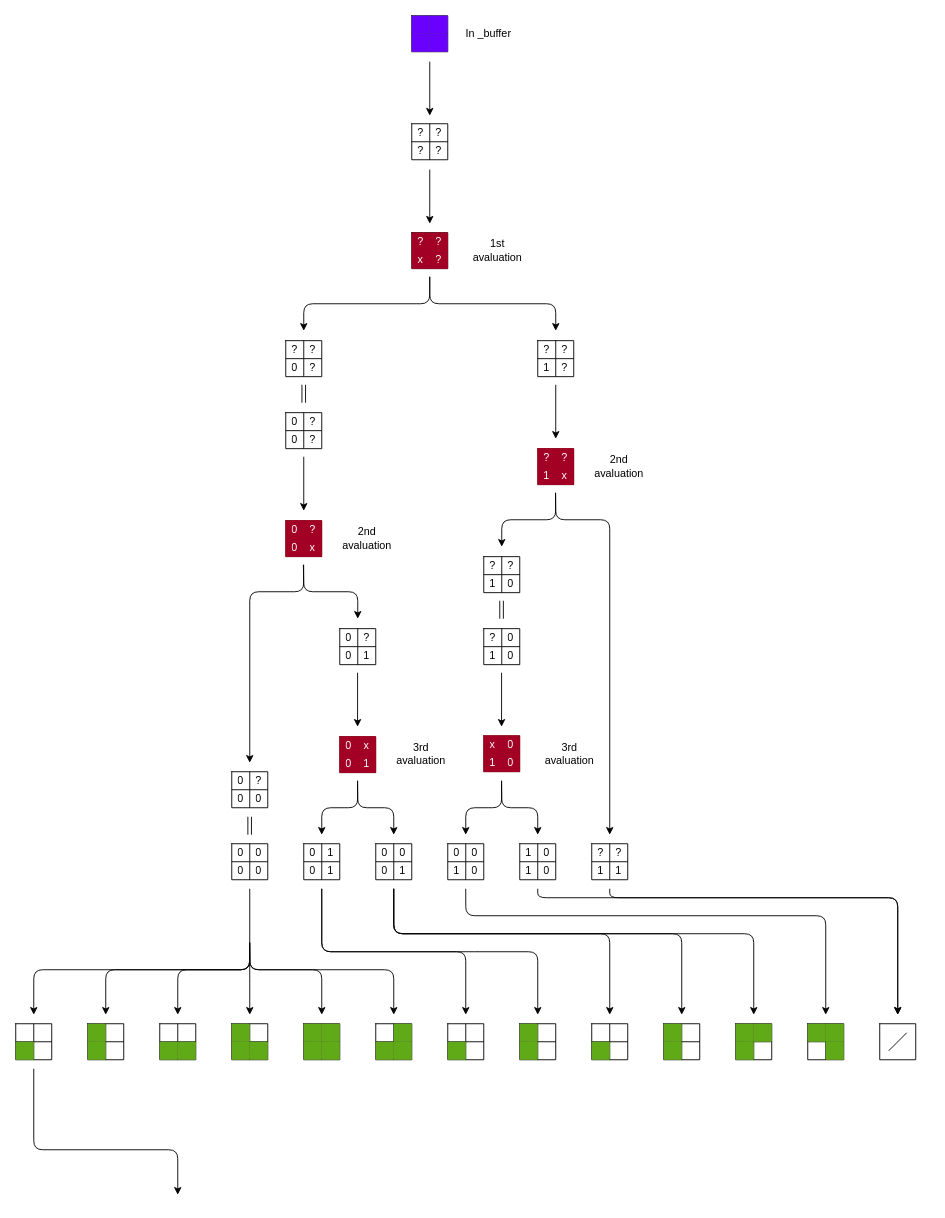
Before: page "Page-1" (1 of 2) of temporary/.drawio in IJJA3141/Wallpaper-Pixel-Koi, a draw.io diagram. Source tidied: cells renumbered, new cells numbered last; positions are measured from the earlier drawing's top-left corner, leaving out a move shared by most shapes. Both pictures are drawn from the tidied source at 90%, with x=0, y=0 at pixel (15, 15).
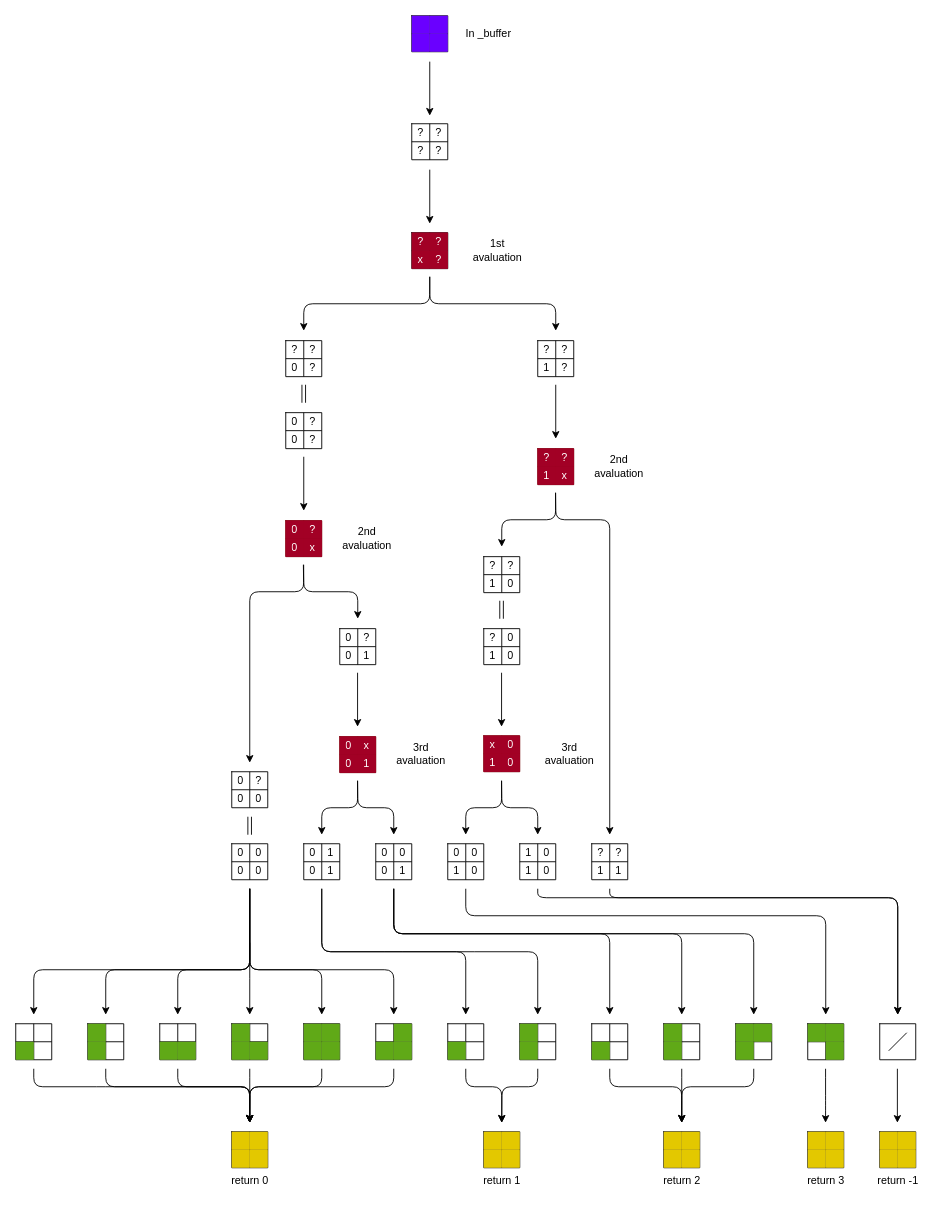
Above is the later version.

What changed in the source:
```diff
@@
     <mxCell id="237" style="edgeStyle=none;html=1;strokeWidth=1;shadow=0;" parent="1" edge="1">
       <mxGeometry relative="1" as="geometry">
-        <mxPoint x="259.8" y="1030" as="sourcePoint" />
+        <mxPoint x="260" y="970" as="sourcePoint" />
         <mxPoint x="20" y="1110" as="targetPoint" />
         <Array as="points">
           <mxPoint x="260" y="1060" />
           <mxPoint x="20" y="1060" />
         </Array>
       </mxGeometry>
     </mxCell>
     <mxCell id="238" style="edgeStyle=none;html=1;strokeWidth=1;shadow=0;" parent="1" edge="1">
       <mxGeometry relative="1" as="geometry">
-        <mxPoint x="259.8" y="1030" as="sourcePoint" />
+        <mxPoint x="260" y="970" as="sourcePoint" />
         <mxPoint x="100" y="1110" as="targetPoint" />
         <Array as="points">
           <mxPoint x="260" y="1060" />
           <mxPoint x="100" y="1060" />
         </Array>
       </mxGeometry>
     </mxCell>
     <mxCell id="239" style="edgeStyle=none;html=1;strokeWidth=1;shadow=0;" parent="1" edge="1">
       <mxGeometry relative="1" as="geometry">
-        <mxPoint x="259.8" y="1030" as="sourcePoint" />
+        <mxPoint x="260" y="970" as="sourcePoint" />
         <mxPoint x="180" y="1110" as="targetPoint" />
         <Array as="points">
           <mxPoint x="260" y="1060" />
           <mxPoint x="180" y="1060" />
         </Array>
       </mxGeometry>
     </mxCell>
     <mxCell id="240" style="edgeStyle=none;html=1;strokeWidth=1;shadow=0;" parent="1" edge="1">
       <mxGeometry relative="1" as="geometry">
-        <mxPoint x="259.8" y="1030" as="sourcePoint" />
+        <mxPoint x="260" y="970" as="sourcePoint" />
         <mxPoint x="260" y="1110" as="targetPoint" />
         <Array as="points">
           <mxPoint x="260" y="1060" />
         </Array>
       </mxGeometry>
     </mxCell>
@@
     <mxCell id="269" style="edgeStyle=none;html=1;strokeWidth=1;shadow=0;" parent="1" edge="1">
       <mxGeometry relative="1" as="geometry">
         <mxPoint x="20" y="1170" as="sourcePoint" />
-        <mxPoint x="180" y="1310" as="targetPoint" />
+        <mxPoint x="260" y="1230" as="targetPoint" />
         <Array as="points">
-          <mxPoint x="20" y="1260" />
-          <mxPoint x="180" y="1260" />
+          <mxPoint x="20" y="1190" />
+          <mxPoint x="100" y="1190" />
+          <mxPoint x="260" y="1190" />
         </Array>
       </mxGeometry>
     </mxCell>
+    <mxCell id="270" style="edgeStyle=none;html=1;strokeWidth=1;shadow=0;" parent="1" edge="1">
+      <mxGeometry relative="1" as="geometry">
+        <mxPoint x="100" y="1170" as="sourcePoint" />
+        <mxPoint x="260" y="1230" as="targetPoint" />
+        <Array as="points">
+          <mxPoint x="100" y="1190" />
+          <mxPoint x="260" y="1190" />
+        </Array>
+      </mxGeometry>
+    </mxCell>
+    <mxCell id="271" style="edgeStyle=none;html=1;strokeWidth=1;shadow=0;" parent="1" edge="1">
+      <mxGeometry relative="1" as="geometry">
+        <mxPoint x="180" y="1170" as="sourcePoint" />
+        <mxPoint x="260" y="1230" as="targetPoint" />
+        <Array as="points">
+          <mxPoint x="180" y="1190" />
+          <mxPoint x="260" y="1190" />
+        </Array>
+      </mxGeometry>
+    </mxCell>
+    <mxCell id="272" style="edgeStyle=none;html=1;strokeWidth=1;shadow=0;" parent="1" edge="1">
+      <mxGeometry relative="1" as="geometry">
+        <mxPoint x="260" y="1170" as="sourcePoint" />
+        <mxPoint x="260" y="1230" as="targetPoint" />
+        <Array as="points">
+          <mxPoint x="260" y="1190" />
+        </Array>
+      </mxGeometry>
+    </mxCell>
+    <mxCell id="273" style="edgeStyle=none;html=1;strokeWidth=1;shadow=0;" parent="1" edge="1">
+      <mxGeometry relative="1" as="geometry">
+        <mxPoint x="340" y="1170" as="sourcePoint" />
+        <mxPoint x="259.8" y="1230" as="targetPoint" />
+        <Array as="points">
+          <mxPoint x="340" y="1190" />
+          <mxPoint x="260" y="1190" />
+        </Array>
+      </mxGeometry>
+    </mxCell>
+    <mxCell id="274" style="edgeStyle=none;html=1;strokeWidth=1;shadow=0;" parent="1" edge="1">
+      <mxGeometry relative="1" as="geometry">
+        <mxPoint x="420" y="1170" as="sourcePoint" />
+        <mxPoint x="259.8" y="1230" as="targetPoint" />
+        <Array as="points">
+          <mxPoint x="420" y="1190" />
+          <mxPoint x="260" y="1190" />
+        </Array>
+      </mxGeometry>
+    </mxCell>
+    <mxCell id="275" style="edgeStyle=none;html=1;strokeWidth=1;shadow=0;" parent="1" edge="1">
+      <mxGeometry relative="1" as="geometry">
+        <mxPoint x="660" y="1170" as="sourcePoint" />
+        <mxPoint x="740" y="1230" as="targetPoint" />
+        <Array as="points">
+          <mxPoint x="660" y="1190" />
+          <mxPoint x="740" y="1190" />
+        </Array>
+      </mxGeometry>
+    </mxCell>
+    <mxCell id="276" style="edgeStyle=none;html=1;strokeWidth=1;shadow=0;" parent="1" edge="1">
+      <mxGeometry relative="1" as="geometry">
+        <mxPoint x="740" y="1170" as="sourcePoint" />
+        <mxPoint x="740" y="1230" as="targetPoint" />
+        <Array as="points">
+          <mxPoint x="740" y="1190" />
+          <mxPoint x="740" y="1210" />
+        </Array>
+      </mxGeometry>
+    </mxCell>
+    <mxCell id="277" style="edgeStyle=none;html=1;strokeWidth=1;shadow=0;" parent="1" edge="1">
+      <mxGeometry relative="1" as="geometry">
+        <mxPoint x="820" y="1170" as="sourcePoint" />
+        <mxPoint x="740" y="1230" as="targetPoint" />
+        <Array as="points">
+          <mxPoint x="820" y="1190" />
+          <mxPoint x="740" y="1190" />
+        </Array>
+      </mxGeometry>
+    </mxCell>
+    <mxCell id="278" style="edgeStyle=none;html=1;strokeWidth=1;shadow=0;" parent="1" edge="1">
+      <mxGeometry relative="1" as="geometry">
+        <mxPoint x="979.6" y="1170" as="sourcePoint" />
+        <mxPoint x="979.6" y="1230" as="targetPoint" />
+      </mxGeometry>
+    </mxCell>
+    <mxCell id="279" style="shape=table;startSize=0;childLayout=tableLayout;" parent="1" vertex="1">
+      <mxGeometry x="240" y="1240" width="40" height="40" as="geometry" />
+    </mxCell>
+    <mxCell id="280" style="shape=tableRow;horizontal=0;startSize=0;swimlaneHead=0;swimlaneBody=0;top=0;left=0;bottom=0;right=0;fillColor=none;" parent="279" vertex="1">
+      <mxGeometry width="40" height="20" as="geometry" />
+    </mxCell>
+    <mxCell id="281" style="shape=partialRectangle;html=1;whiteSpace=wrap;overflow=hidden;fillColor=#e3c800;top=0;left=0;bottom=0;right=0;fontColor=#000000;strokeColor=#B09500;" parent="280" vertex="1">
+      <mxGeometry width="20" height="20" as="geometry" />
+    </mxCell>
+    <mxCell id="282" style="shape=partialRectangle;html=1;whiteSpace=wrap;overflow=hidden;fillColor=#e3c800;top=0;left=0;bottom=0;right=0;fontColor=#000000;strokeColor=#B09500;" parent="280" vertex="1">
+      <mxGeometry x="20" width="20" height="20" as="geometry" />
+    </mxCell>
+    <mxCell id="283" style="shape=tableRow;horizontal=0;startSize=0;swimlaneHead=0;swimlaneBody=0;top=0;left=0;bottom=0;right=0;fillColor=none;" parent="279" vertex="1">
+      <mxGeometry y="20" width="40" height="20" as="geometry" />
+    </mxCell>
+    <mxCell id="284" style="shape=partialRectangle;html=1;whiteSpace=wrap;overflow=hidden;fillColor=#e3c800;top=0;left=0;bottom=0;right=0;fontColor=#000000;strokeColor=#B09500;" parent="283" vertex="1">
+      <mxGeometry width="20" height="20" as="geometry" />
+    </mxCell>
+    <mxCell id="285" style="shape=partialRectangle;html=1;whiteSpace=wrap;overflow=hidden;fillColor=#e3c800;top=0;left=0;bottom=0;right=0;fontColor=#000000;strokeColor=#B09500;" parent="283" vertex="1">
+      <mxGeometry x="20" width="20" height="20" as="geometry" />
+    </mxCell>
+    <mxCell id="286" style="shape=table;startSize=0;childLayout=tableLayout;" parent="1" vertex="1">
+      <mxGeometry x="720" y="1240" width="40" height="40" as="geometry" />
+    </mxCell>
+    <mxCell id="287" style="shape=tableRow;horizontal=0;startSize=0;swimlaneHead=0;swimlaneBody=0;top=0;left=0;bottom=0;right=0;fillColor=none;" parent="286" vertex="1">
+      <mxGeometry width="40" height="20" as="geometry" />
+    </mxCell>
+    <mxCell id="288" style="shape=partialRectangle;html=1;whiteSpace=wrap;overflow=hidden;fillColor=#e3c800;top=0;left=0;bottom=0;right=0;fontColor=#000000;strokeColor=#B09500;" parent="287" vertex="1">
+      <mxGeometry width="20" height="20" as="geometry" />
+    </mxCell>
+    <mxCell id="289" style="shape=partialRectangle;html=1;whiteSpace=wrap;overflow=hidden;fillColor=#e3c800;top=0;left=0;bottom=0;right=0;fontColor=#000000;strokeColor=#B09500;" parent="287" vertex="1">
+      <mxGeometry x="20" width="20" height="20" as="geometry" />
+    </mxCell>
+    <mxCell id="290" style="shape=tableRow;horizontal=0;startSize=0;swimlaneHead=0;swimlaneBody=0;top=0;left=0;bottom=0;right=0;fillColor=none;" parent="286" vertex="1">
+      <mxGeometry y="20" width="40" height="20" as="geometry" />
+    </mxCell>
+    <mxCell id="291" style="shape=partialRectangle;html=1;whiteSpace=wrap;overflow=hidden;fillColor=#e3c800;top=0;left=0;bottom=0;right=0;fontColor=#000000;strokeColor=#B09500;" parent="290" vertex="1">
+      <mxGeometry width="20" height="20" as="geometry" />
+    </mxCell>
+    <mxCell id="292" style="shape=partialRectangle;html=1;whiteSpace=wrap;overflow=hidden;fillColor=#e3c800;top=0;left=0;bottom=0;right=0;fontColor=#000000;strokeColor=#B09500;" parent="290" vertex="1">
+      <mxGeometry x="20" width="20" height="20" as="geometry" />
+    </mxCell>
+    <mxCell id="293" style="shape=table;startSize=0;childLayout=tableLayout;" parent="1" vertex="1">
+      <mxGeometry x="960" y="1240" width="40" height="40" as="geometry" />
+    </mxCell>
+    <mxCell id="294" style="shape=tableRow;horizontal=0;startSize=0;swimlaneHead=0;swimlaneBody=0;top=0;left=0;bottom=0;right=0;fillColor=none;" parent="293" vertex="1">
+      <mxGeometry width="40" height="20" as="geometry" />
+    </mxCell>
+    <mxCell id="295" style="shape=partialRectangle;html=1;whiteSpace=wrap;overflow=hidden;fillColor=#e3c800;top=0;left=0;bottom=0;right=0;fontColor=#000000;strokeColor=#B09500;" parent="294" vertex="1">
+      <mxGeometry width="20" height="20" as="geometry" />
+    </mxCell>
+    <mxCell id="296" style="shape=partialRectangle;html=1;whiteSpace=wrap;overflow=hidden;fillColor=#e3c800;top=0;left=0;bottom=0;right=0;fontColor=#000000;strokeColor=#B09500;" parent="294" vertex="1">
+      <mxGeometry x="20" width="20" height="20" as="geometry" />
+    </mxCell>
+    <mxCell id="297" style="shape=tableRow;horizontal=0;startSize=0;swimlaneHead=0;swimlaneBody=0;top=0;left=0;bottom=0;right=0;fillColor=none;" parent="293" vertex="1">
+      <mxGeometry y="20" width="40" height="20" as="geometry" />
+    </mxCell>
+    <mxCell id="298" style="shape=partialRectangle;html=1;whiteSpace=wrap;overflow=hidden;fillColor=#e3c800;top=0;left=0;bottom=0;right=0;fontColor=#000000;strokeColor=#B09500;" parent="297" vertex="1">
+      <mxGeometry width="20" height="20" as="geometry" />
+    </mxCell>
+    <mxCell id="299" style="shape=partialRectangle;html=1;whiteSpace=wrap;overflow=hidden;fillColor=#e3c800;top=0;left=0;bottom=0;right=0;fontColor=#000000;strokeColor=#B09500;" parent="297" vertex="1">
+      <mxGeometry x="20" width="20" height="20" as="geometry" />
+    </mxCell>
+    <mxCell id="300" value="return 0" style="text;html=1;align=center;verticalAlign=middle;strokeColor=none;fillColor=none;" parent="1" vertex="1">
+      <mxGeometry x="230" y="1280" width="60" height="30" as="geometry" />
+    </mxCell>
+    <mxCell id="301" value="return 2" style="text;html=1;align=center;verticalAlign=middle;strokeColor=none;fillColor=none;" parent="1" vertex="1">
+      <mxGeometry x="710" y="1280" width="60" height="30" as="geometry" />
+    </mxCell>
+    <mxCell id="302" value="return -1" style="text;html=1;align=center;verticalAlign=middle;strokeColor=none;fillColor=none;" parent="1" vertex="1">
+      <mxGeometry x="945" y="1280" width="70" height="30" as="geometry" />
+    </mxCell>
+    <mxCell id="303" style="edgeStyle=none;html=1;strokeWidth=1;shadow=0;" parent="1" edge="1">
+      <mxGeometry relative="1" as="geometry">
+        <mxPoint x="500" y="1170" as="sourcePoint" />
+        <mxPoint x="540" y="1230" as="targetPoint" />
+        <Array as="points">
+          <mxPoint x="500" y="1190" />
+          <mxPoint x="540" y="1190" />
+        </Array>
+      </mxGeometry>
+    </mxCell>
+    <mxCell id="304" style="edgeStyle=none;html=1;strokeWidth=1;shadow=0;" parent="1" edge="1">
+      <mxGeometry relative="1" as="geometry">
+        <mxPoint x="580" y="1170" as="sourcePoint" />
+        <mxPoint x="540" y="1230" as="targetPoint" />
+        <Array as="points">
+          <mxPoint x="580" y="1190" />
+          <mxPoint x="540.2" y="1190" />
+        </Array>
+      </mxGeometry>
+    </mxCell>
+    <mxCell id="305" style="shape=table;startSize=0;childLayout=tableLayout;" parent="1" vertex="1">
+      <mxGeometry x="520" y="1240" width="40" height="40" as="geometry" />
+    </mxCell>
+    <mxCell id="306" style="shape=tableRow;horizontal=0;startSize=0;swimlaneHead=0;swimlaneBody=0;top=0;left=0;bottom=0;right=0;fillColor=none;" parent="305" vertex="1">
+      <mxGeometry width="40" height="20" as="geometry" />
+    </mxCell>
+    <mxCell id="307" style="shape=partialRectangle;html=1;whiteSpace=wrap;overflow=hidden;fillColor=#e3c800;top=0;left=0;bottom=0;right=0;fontColor=#000000;strokeColor=#B09500;" parent="306" vertex="1">
+      <mxGeometry width="20" height="20" as="geometry" />
+    </mxCell>
+    <mxCell id="308" style="shape=partialRectangle;html=1;whiteSpace=wrap;overflow=hidden;fillColor=#e3c800;top=0;left=0;bottom=0;right=0;fontColor=#000000;strokeColor=#B09500;" parent="306" vertex="1">
+      <mxGeometry x="20" width="20" height="20" as="geometry" />
+    </mxCell>
+    <mxCell id="309" style="shape=tableRow;horizontal=0;startSize=0;swimlaneHead=0;swimlaneBody=0;top=0;left=0;bottom=0;right=0;fillColor=none;" parent="305" vertex="1">
+      <mxGeometry y="20" width="40" height="20" as="geometry" />
+    </mxCell>
+    <mxCell id="310" style="shape=partialRectangle;html=1;whiteSpace=wrap;overflow=hidden;fillColor=#e3c800;top=0;left=0;bottom=0;right=0;fontColor=#000000;strokeColor=#B09500;" parent="309" vertex="1">
+      <mxGeometry width="20" height="20" as="geometry" />
+    </mxCell>
+    <mxCell id="311" style="shape=partialRectangle;html=1;whiteSpace=wrap;overflow=hidden;fillColor=#e3c800;top=0;left=0;bottom=0;right=0;fontColor=#000000;strokeColor=#B09500;" parent="309" vertex="1">
+      <mxGeometry x="20" width="20" height="20" as="geometry" />
+    </mxCell>
+    <mxCell id="312" value="return 1" style="text;html=1;align=center;verticalAlign=middle;strokeColor=none;fillColor=none;" parent="1" vertex="1">
+      <mxGeometry x="510" y="1280" width="60" height="30" as="geometry" />
+    </mxCell>
+    <mxCell id="313" style="edgeStyle=none;html=1;strokeWidth=1;shadow=0;" parent="1" edge="1">
+      <mxGeometry relative="1" as="geometry">
+        <mxPoint x="899.8" y="1170" as="sourcePoint" />
+        <mxPoint x="899.8" y="1230" as="targetPoint" />
+        <Array as="points">
+          <mxPoint x="899.8" y="1190" />
+          <mxPoint x="899.8" y="1210" />
+        </Array>
+      </mxGeometry>
+    </mxCell>
+    <mxCell id="314" style="shape=table;startSize=0;childLayout=tableLayout;" parent="1" vertex="1">
+      <mxGeometry x="880" y="1240" width="40" height="40" as="geometry" />
+    </mxCell>
+    <mxCell id="315" style="shape=tableRow;horizontal=0;startSize=0;swimlaneHead=0;swimlaneBody=0;top=0;left=0;bottom=0;right=0;fillColor=none;" parent="314" vertex="1">
+      <mxGeometry width="40" height="20" as="geometry" />
+    </mxCell>
+    <mxCell id="316" style="shape=partialRectangle;html=1;whiteSpace=wrap;overflow=hidden;fillColor=#e3c800;top=0;left=0;bottom=0;right=0;fontColor=#000000;strokeColor=#B09500;" parent="315" vertex="1">
+      <mxGeometry width="20" height="20" as="geometry" />
+    </mxCell>
+    <mxCell id="317" style="shape=partialRectangle;html=1;whiteSpace=wrap;overflow=hidden;fillColor=#e3c800;top=0;left=0;bottom=0;right=0;fontColor=#000000;strokeColor=#B09500;" parent="315" vertex="1">
+      <mxGeometry x="20" width="20" height="20" as="geometry" />
+    </mxCell>
+    <mxCell id="318" style="shape=tableRow;horizontal=0;startSize=0;swimlaneHead=0;swimlaneBody=0;top=0;left=0;bottom=0;right=0;fillColor=none;" parent="314" vertex="1">
+      <mxGeometry y="20" width="40" height="20" as="geometry" />
+    </mxCell>
+    <mxCell id="319" style="shape=partialRectangle;html=1;whiteSpace=wrap;overflow=hidden;fillColor=#e3c800;top=0;left=0;bottom=0;right=0;fontColor=#000000;strokeColor=#B09500;" parent="318" vertex="1">
+      <mxGeometry width="20" height="20" as="geometry" />
+    </mxCell>
+    <mxCell id="320" style="shape=partialRectangle;html=1;whiteSpace=wrap;overflow=hidden;fillColor=#e3c800;top=0;left=0;bottom=0;right=0;fontColor=#000000;strokeColor=#B09500;" parent="318" vertex="1">
+      <mxGeometry x="20" width="20" height="20" as="geometry" />
+    </mxCell>
+    <mxCell id="321" value="return 3" style="text;html=1;align=center;verticalAlign=middle;strokeColor=none;fillColor=none;" parent="1" vertex="1">
+      <mxGeometry x="870" y="1280" width="60" height="30" as="geometry" />
+    </mxCell>
```
